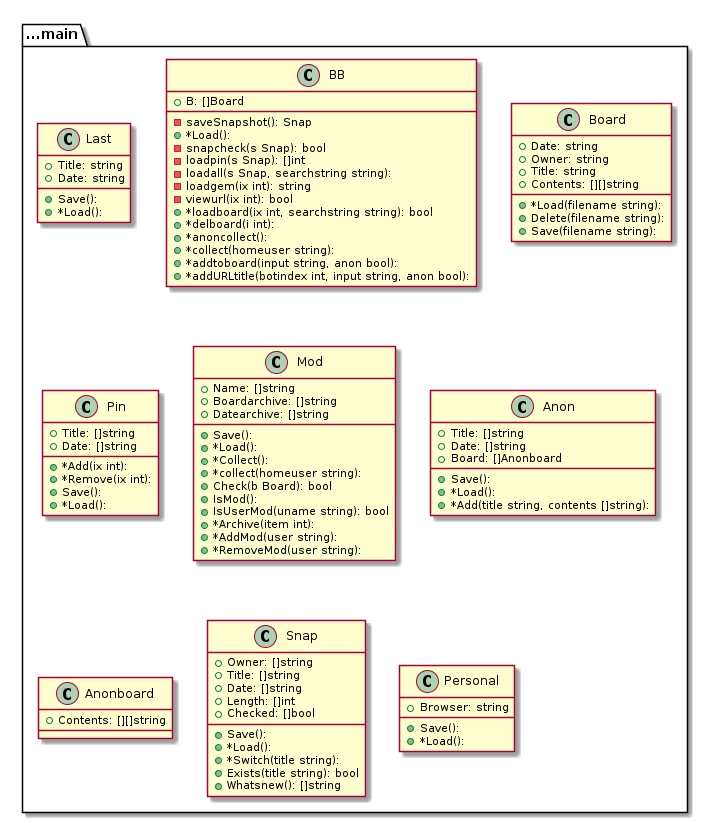
The PlantUML diagram graph.png in tbal999/bb, before a commit.
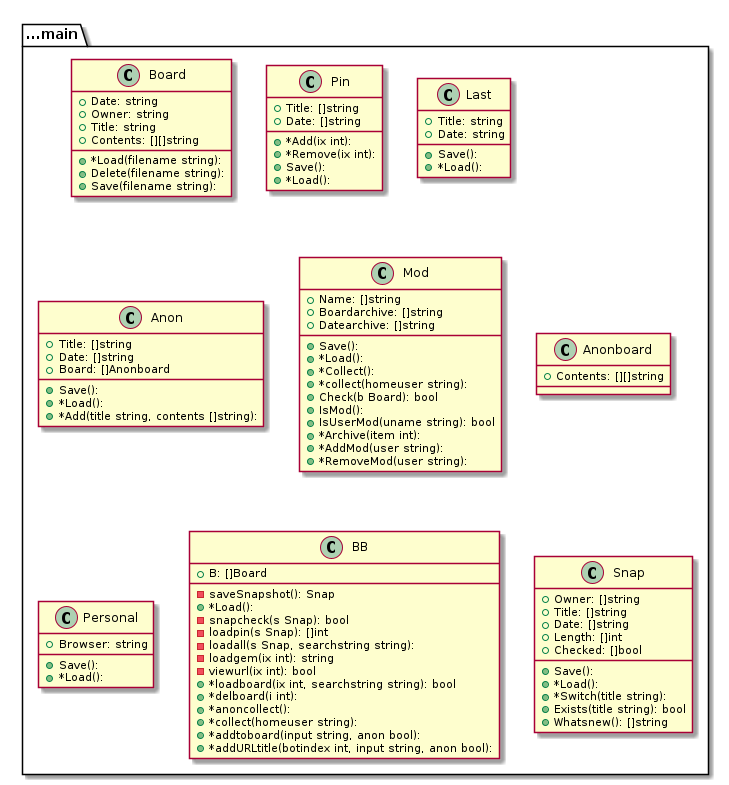
After the change.

Diff of the diagram source:
```diff
@@ -1,8 +1,69 @@
 @startuml
+package ...main{
+class Board {
++Date: string
++Owner: string
++Title: string
++Contents: [][]string
++*Load(filename string):
++Delete(filename string):
++Save(filename string):
+}
+}
+package ...main{
+class Pin {
++Title: []string
++Date: []string
++*Add(ix int):
++*Remove(ix int):
++Save():
++*Load():
+}
+}
 package ...main{
 class Last {
 +Title: string
 +Date: string
++Save():
++*Load():
+}
+}
+package ...main{
+class Anon {
++Title: []string
++Date: []string
++Board: []Anonboard
++Save():
++*Load():
++*Add(title string, contents []string):
+}
+}
+package ...main{
+class Mod {
++Name: []string
++Boardarchive: []string
++Datearchive: []string
++Save():
++*Load():
++*Collect():
++*collect(homeuser string):
++Check(b Board): bool
++IsMod():
++IsUserMod(uname string): bool
++*Archive(item int):
++*AddMod(user string):
++*RemoveMod(user string):
+}
+}
+package ...main{
+class Anonboard {
++Contents: [][]string
+
+}
+}
+package ...main{
+class Personal {
++Browser: string
 +Save():
 +*Load():
 }
@@ -26,60 +87,6 @@
 }
 }
 package ...main{
-class Board {
-+Date: string
-+Owner: string
-+Title: string
-+Contents: [][]string
-+*Load(filename string):
-+Delete(filename string):
-+Save(filename string):
-}
-}
-package ...main{
-class Pin {
-+Title: []string
-+Date: []string
-+*Add(ix int):
-+*Remove(ix int):
-+Save():
-+*Load():
-}
-}
-package ...main{
-class Mod {
-+Name: []string
-+Boardarchive: []string
-+Datearchive: []string
-+Save():
-+*Load():
-+*Collect():
-+*collect(homeuser string):
-+Check(b Board): bool
-+IsMod():
-+IsUserMod(uname string): bool
-+*Archive(item int):
-+*AddMod(user string):
-+*RemoveMod(user string):
-}
-}
-package ...main{
-class Anon {
-+Title: []string
-+Date: []string
-+Board: []Anonboard
-+Save():
-+*Load():
-+*Add(title string, contents []string):
-}
-}
-package ...main{
-class Anonboard {
-+Contents: [][]string
-
-}
-}
-package ...main{
 class Snap {
 +Owner: []string
 +Title: []string
@@ -93,12 +100,5 @@
 +Whatsnew(): []string
 }
 }
-package ...main{
-class Personal {
-+Browser: string
-+Save():
-+*Load():
-}
-}
 
 @enduml
```
